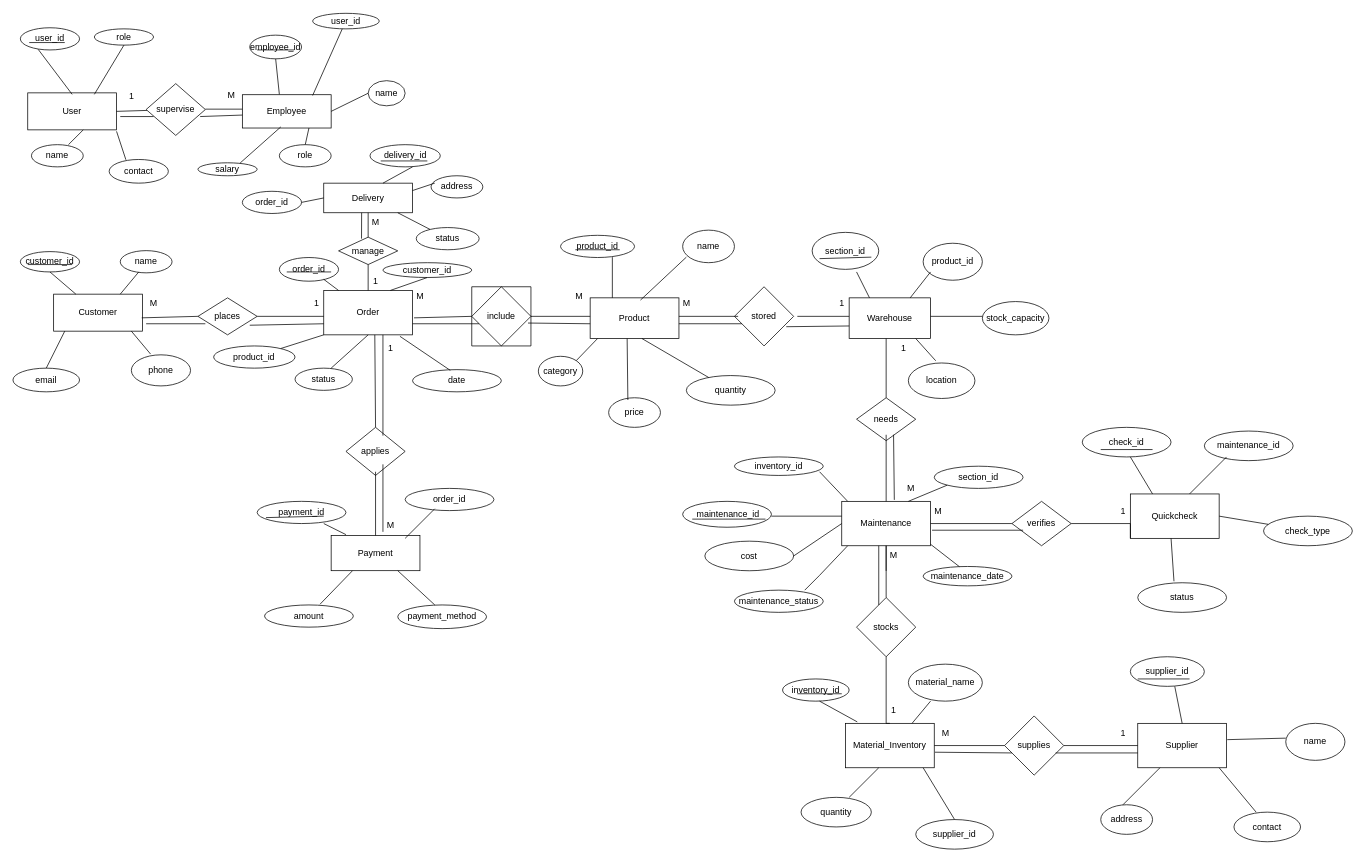
Earlier version of the draw.io diagram Untitled Diagram.drawio (sarasiVidumini/drawio). Source tidied: cells renumbered, new cells numbered last; positions are measured from the earlier drawing's top-left corner, leaving out a move shared by most shapes. Both pictures are drawn from the tidied source at 74%, with x=0, y=0 at pixel (13, 13).
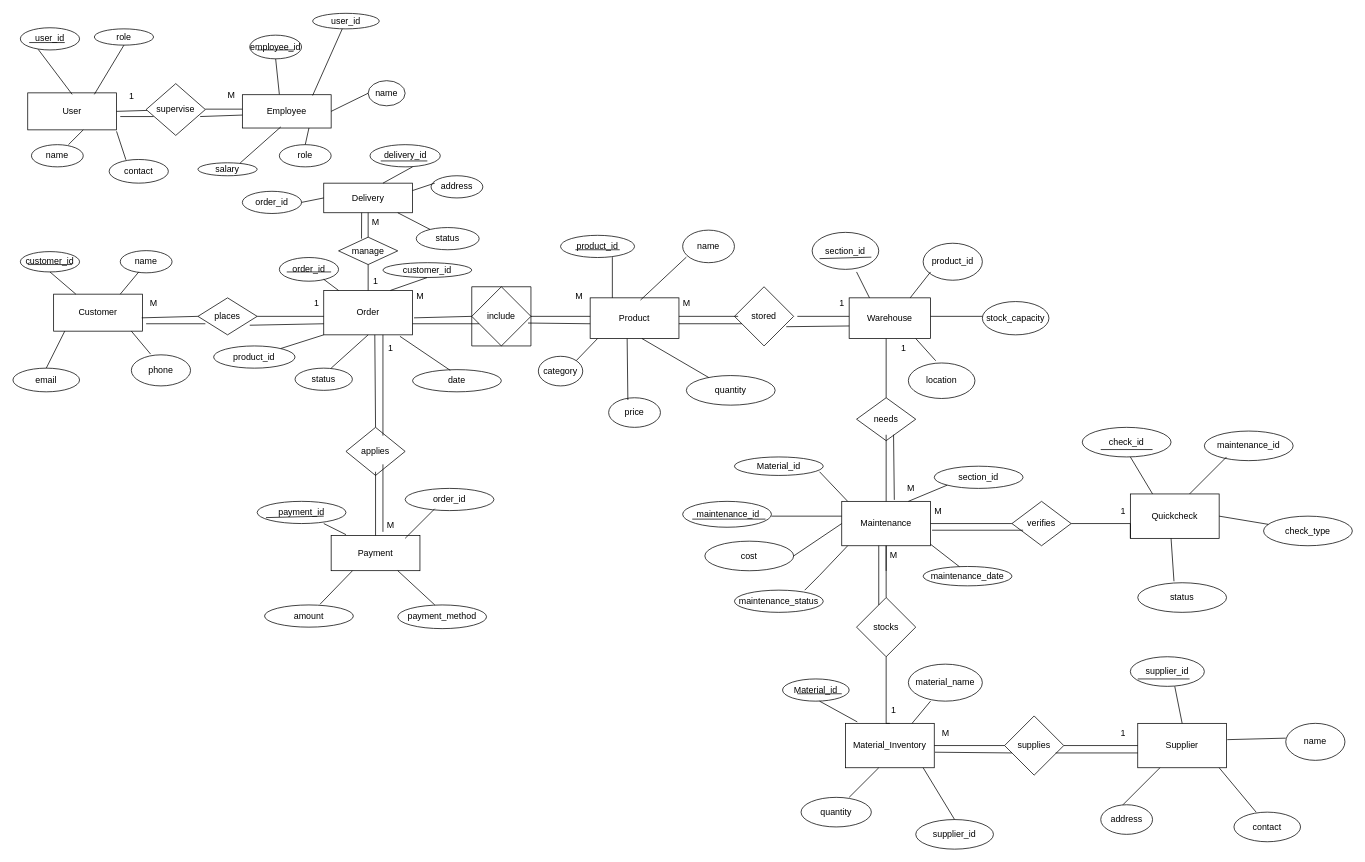
Above is the later version.

Diff of the diagram source:
```diff
@@
-    <mxCell id="122" value="inventory_id" style="ellipse;whiteSpace=wrap;html=1;" parent="1" vertex="1">
+    <mxCell id="122" value="Material_id" style="ellipse;whiteSpace=wrap;html=1;" parent="1" vertex="1">
       <mxGeometry x="975" y="600" width="120" height="25" as="geometry" />
     </mxCell>
@@
-    <mxCell id="127" value="inventory_id" style="ellipse;whiteSpace=wrap;html=1;" parent="1" vertex="1">
+    <mxCell id="127" value="Material_id" style="ellipse;whiteSpace=wrap;html=1;" parent="1" vertex="1">
       <mxGeometry x="1040" y="900" width="90" height="30" as="geometry" />
     </mxCell>
```
